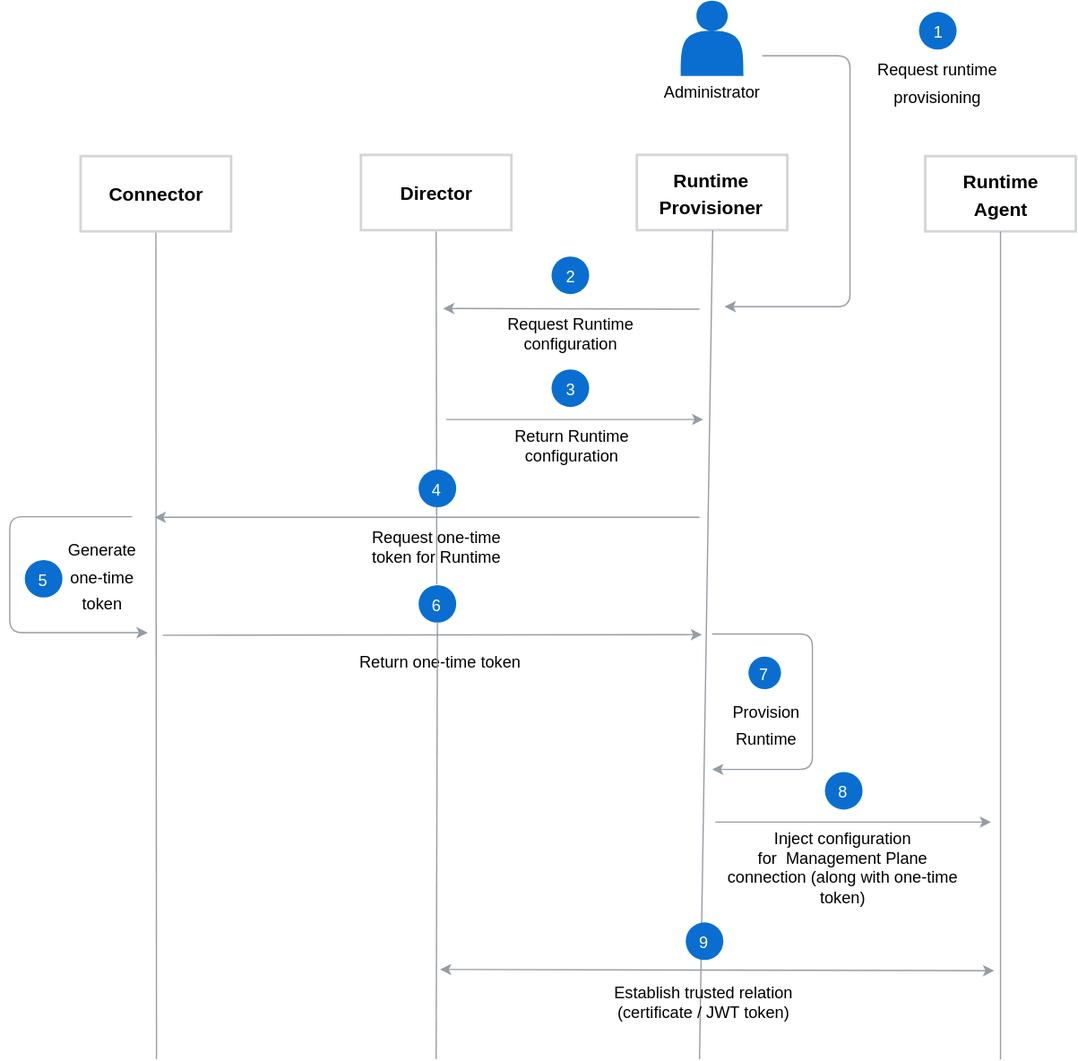
Earlier version of the draw.io export docs/compass/assets/runtime-creation.svg (kyma-incubator/compass). Source tidied: cells renumbered, new cells last; positions are measured from the earlier drawing's top-left corner, leaving out a move shared by most shapes.
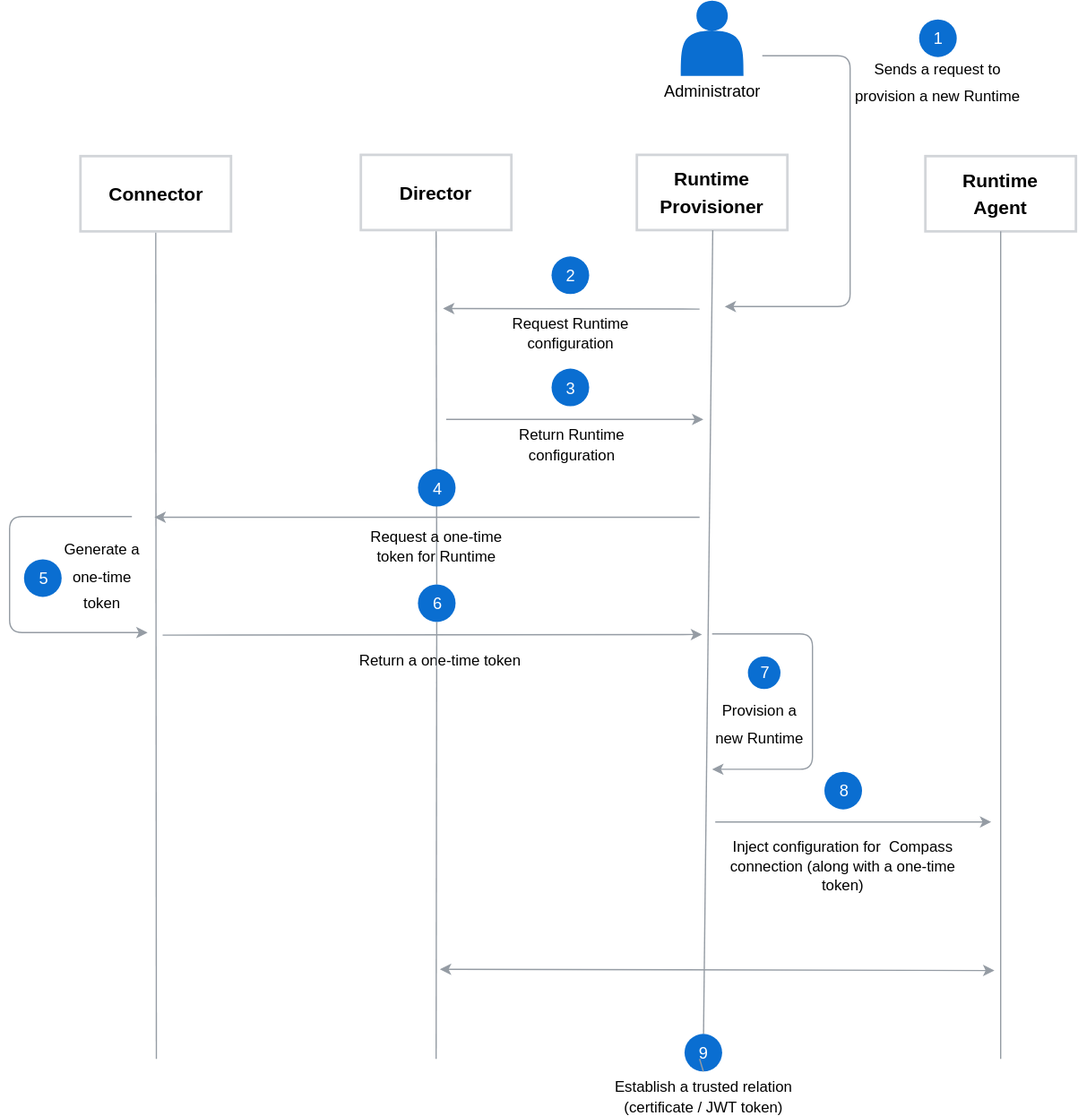
Above is the later version.

The edit, as a diff of the source:
```diff
@@ -22,9 +22,8 @@
         <mxPoint x="340" y="184" as="targetPoint" />
       </mxGeometry>
     </mxCell>
-    <mxCell id="8" style="endArrow=none;html=1;labelBackgroundColor=none;strokeColor=#959CA4;strokeWidth=1;fillColor=#000000;fontFamily=Helvetica;fontSize=18;fontColor=#000000;entryX=0.5;entryY=1;entryDx=0;entryDy=0;" parent="1" edge="1">
+    <mxCell id="8" style="endArrow=none;html=1;labelBackgroundColor=none;strokeColor=#959CA4;strokeWidth=1;fillColor=#000000;fontFamily=Helvetica;fontSize=18;fontColor=#000000;entryX=0.5;entryY=1;entryDx=0;entryDy=0;" parent="1" edge="1" source="27">
       <mxGeometry relative="1" as="geometry">
-        <mxPoint x="550" y="844" as="sourcePoint" />
         <mxPoint x="560.5" y="183" as="targetPoint" />
       </mxGeometry>
     </mxCell>
@@ -44,11 +43,11 @@
         </Array>
       </mxGeometry>
     </mxCell>
-    <mxCell id="11" value="&lt;font style=&quot;font-size: 13px&quot;&gt;Request runtime provisioning&lt;/font&gt;" style="text;html=1;strokeColor=none;fillColor=none;align=center;verticalAlign=middle;whiteSpace=wrap;rounded=0;fontFamily=Helvetica;fontSize=18;fontColor=#000000;" parent="1" vertex="1">
-      <mxGeometry x="680" y="54" width="120" height="20" as="geometry" />
+    <mxCell id="11" value="&lt;font style=&quot;font-size: 12px&quot;&gt;Sends a request to provision a new Runtime&lt;/font&gt;" style="text;html=1;strokeColor=none;fillColor=none;align=center;verticalAlign=middle;whiteSpace=wrap;rounded=0;fontFamily=Helvetica;fontSize=18;fontColor=#000000;" parent="1" vertex="1">
+      <mxGeometry x="670" y="54" width="140" height="20" as="geometry" />
     </mxCell>
     <mxCell id="12" value="&lt;h3 style=&quot;text-align: center&quot;&gt;&lt;font style=&quot;font-weight: normal ; font-size: 13px&quot;&gt;1&lt;/font&gt;&lt;/h3&gt;" style="ellipse;html=1;rounded=0;shadow=0;glass=0;comic=0;labelBackgroundColor=none;strokeColor=none;strokeWidth=1;fillColor=#0A6ED1;gradientColor=none;fontSize=13;fontColor=#FFFFFF;align=center;verticalAlign=middle;horizontal=1;" parent="1" vertex="1">
-      <mxGeometry x="725" y="9" width="30" height="30" as="geometry" />
+      <mxGeometry x="725" y="15" width="30" height="30" as="geometry" />
     </mxCell>
     <mxCell id="13" style="endArrow=classic;html=1;labelBackgroundColor=none;strokeColor=#959CA4;strokeWidth=1;fillColor=#000000;fontFamily=Helvetica;fontSize=18;fontColor=#000000;" parent="1" edge="1">
       <mxGeometry relative="1" as="geometry">
@@ -56,7 +55,7 @@
         <mxPoint x="782.5" y="655" as="targetPoint" />
       </mxGeometry>
     </mxCell>
-    <mxCell id="14" value="Inject configuration for&amp;nbsp;&amp;nbsp;Management Plane connection&amp;nbsp;(along with one-time token)" style="text;html=1;strokeColor=none;fillColor=none;align=center;verticalAlign=middle;whiteSpace=wrap;rounded=0;fontFamily=Helvetica;fontSize=13;fontColor=#000000;" parent="1" vertex="1">
+    <mxCell id="14" value="&lt;font style=&quot;font-size: 12px&quot;&gt;Inject configuration for&amp;nbsp;&amp;nbsp;Compass connection&amp;nbsp;(along with a one-time token)&lt;/font&gt;" style="text;html=1;strokeColor=none;fillColor=none;align=center;verticalAlign=middle;whiteSpace=wrap;rounded=0;fontFamily=Helvetica;fontSize=13;fontColor=#000000;" parent="1" vertex="1">
       <mxGeometry x="567" y="680" width="195" height="20" as="geometry" />
     </mxCell>
     <mxCell id="15" value="&lt;h3 style=&quot;text-align: center&quot;&gt;&lt;font style=&quot;font-weight: normal ; font-size: 13px&quot;&gt;8&lt;/font&gt;&lt;/h3&gt;" style="ellipse;html=1;rounded=0;shadow=0;glass=0;comic=0;labelBackgroundColor=none;strokeColor=none;strokeWidth=1;fillColor=#0A6ED1;gradientColor=none;fontSize=13;fontColor=#FFFFFF;align=center;verticalAlign=middle;horizontal=1;" parent="1" vertex="1">
@@ -72,7 +71,7 @@
         </Array>
       </mxGeometry>
     </mxCell>
-    <mxCell id="17" value="&lt;span style=&quot;font-size: 13px&quot;&gt;Generate one-time token&lt;/span&gt;" style="text;html=1;strokeColor=none;fillColor=none;align=center;verticalAlign=middle;whiteSpace=wrap;rounded=0;fontFamily=Helvetica;fontSize=18;fontColor=#000000;" parent="1" vertex="1">
+    <mxCell id="17" value="&lt;font style=&quot;font-size: 12px&quot;&gt;Generate a one-time token&lt;/font&gt;" style="text;html=1;strokeColor=none;fillColor=none;align=center;verticalAlign=middle;whiteSpace=wrap;rounded=0;fontFamily=Helvetica;fontSize=18;fontColor=#000000;" parent="1" vertex="1">
       <mxGeometry x="38" y="414" width="72" height="87" as="geometry" />
     </mxCell>
     <mxCell id="18" value="&lt;h3 style=&quot;text-align: center&quot;&gt;&lt;font style=&quot;font-weight: normal ; font-size: 13px&quot;&gt;5&lt;/font&gt;&lt;/h3&gt;" style="ellipse;html=1;rounded=0;shadow=0;glass=0;comic=0;labelBackgroundColor=none;strokeColor=none;strokeWidth=1;fillColor=#0A6ED1;gradientColor=none;fontSize=13;fontColor=#FFFFFF;align=center;verticalAlign=middle;horizontal=1;" parent="1" vertex="1">
@@ -84,7 +83,7 @@
         <mxPoint x="553" y="334" as="targetPoint" />
       </mxGeometry>
     </mxCell>
-    <mxCell id="20" value="Return Runtime configuration&lt;br&gt;" style="text;html=1;strokeColor=none;fillColor=none;align=center;verticalAlign=middle;whiteSpace=wrap;rounded=0;fontFamily=Helvetica;fontSize=13;fontColor=#000000;" parent="1" vertex="1">
+    <mxCell id="20" value="&lt;font style=&quot;font-size: 12px&quot;&gt;Return Runtime configuration&lt;/font&gt;" style="text;html=1;strokeColor=none;fillColor=none;align=center;verticalAlign=middle;whiteSpace=wrap;rounded=0;fontFamily=Helvetica;fontSize=13;fontColor=#000000;" parent="1" vertex="1">
       <mxGeometry x="376" y="343.5" width="145" height="20" as="geometry" />
     </mxCell>
     <mxCell id="21" value="&lt;h3 style=&quot;text-align: center&quot;&gt;&lt;font style=&quot;font-weight: normal ; font-size: 13px&quot;&gt;3&lt;/font&gt;&lt;/h3&gt;" style="ellipse;html=1;rounded=0;shadow=0;glass=0;comic=0;labelBackgroundColor=none;strokeColor=none;strokeWidth=1;fillColor=#0A6ED1;gradientColor=none;fontSize=13;fontColor=#FFFFFF;align=center;verticalAlign=middle;horizontal=1;" parent="1" vertex="1">
@@ -100,8 +99,8 @@
         </Array>
       </mxGeometry>
     </mxCell>
-    <mxCell id="23" value="&lt;span style=&quot;font-size: 13px&quot;&gt;Provision Runtime&lt;/span&gt;&lt;br&gt;" style="text;html=1;strokeColor=none;fillColor=none;align=center;verticalAlign=middle;whiteSpace=wrap;rounded=0;fontFamily=Helvetica;fontSize=18;fontColor=#000000;" parent="1" vertex="1">
-      <mxGeometry x="570.5" y="536" width="65" height="80" as="geometry" />
+    <mxCell id="23" value="&lt;font style=&quot;font-size: 12px&quot;&gt;Provision a new Runtime&lt;/font&gt;" style="text;html=1;strokeColor=none;fillColor=none;align=center;verticalAlign=middle;whiteSpace=wrap;rounded=0;fontFamily=Helvetica;fontSize=18;fontColor=#000000;" parent="1" vertex="1">
+      <mxGeometry x="560" y="536" width="75.5" height="80" as="geometry" />
     </mxCell>
     <mxCell id="24" value="&lt;h3 style=&quot;text-align: center&quot;&gt;&lt;font style=&quot;font-weight: normal ; font-size: 13px&quot;&gt;7&lt;/font&gt;&lt;/h3&gt;" style="ellipse;html=1;rounded=0;shadow=0;glass=0;comic=0;labelBackgroundColor=none;strokeColor=none;strokeWidth=1;fillColor=#0A6ED1;gradientColor=none;fontSize=13;fontColor=#FFFFFF;align=center;verticalAlign=middle;horizontal=1;" parent="1" vertex="1">
       <mxGeometry x="588.5" y="523" width="26" height="26" as="geometry" />
@@ -112,19 +111,16 @@
         <mxPoint x="785" y="773.5" as="targetPoint" />
       </mxGeometry>
     </mxCell>
-    <mxCell id="26" value="Establish trusted relation (certificate / JWT token)" style="text;html=1;strokeColor=none;fillColor=none;align=center;verticalAlign=middle;whiteSpace=wrap;rounded=0;fontFamily=Helvetica;fontSize=13;fontColor=#000000;" parent="1" vertex="1">
-      <mxGeometry x="455.5" y="787.5" width="195" height="20" as="geometry" />
+    <mxCell id="26" value="&lt;font style=&quot;font-size: 12px&quot;&gt;Establish a trusted relation (certificate / JWT token)&lt;/font&gt;" style="text;html=1;strokeColor=none;fillColor=none;align=center;verticalAlign=middle;whiteSpace=wrap;rounded=0;fontFamily=Helvetica;fontSize=13;fontColor=#000000;" parent="1" vertex="1">
+      <mxGeometry x="455.5" y="864" width="195" height="20" as="geometry" />
     </mxCell>
-    <mxCell id="27" value="&lt;h3 style=&quot;text-align: center&quot;&gt;&lt;font style=&quot;font-weight: normal ; font-size: 13px&quot;&gt;9&lt;/font&gt;&lt;/h3&gt;" style="ellipse;html=1;rounded=0;shadow=0;glass=0;comic=0;labelBackgroundColor=none;strokeColor=none;strokeWidth=1;fillColor=#0A6ED1;gradientColor=none;fontSize=13;fontColor=#FFFFFF;align=center;verticalAlign=middle;horizontal=1;" parent="1" vertex="1">
-      <mxGeometry x="538.5" y="735" width="30" height="30" as="geometry" />
-    </mxCell>
     <mxCell id="28" style="endArrow=classic;html=1;labelBackgroundColor=none;strokeColor=#959CA4;strokeWidth=1;fillColor=#000000;fontFamily=Helvetica;fontSize=18;fontColor=#000000;" parent="1" edge="1">
       <mxGeometry relative="1" as="geometry">
         <mxPoint x="550" y="246" as="sourcePoint" />
         <mxPoint x="345.5" y="245.5" as="targetPoint" />
       </mxGeometry>
     </mxCell>
-    <mxCell id="29" value="Request Runtime configuration" style="text;html=1;strokeColor=none;fillColor=none;align=center;verticalAlign=middle;whiteSpace=wrap;rounded=0;fontFamily=Helvetica;fontSize=13;fontColor=#000000;" parent="1" vertex="1">
+    <mxCell id="29" value="&lt;font style=&quot;font-size: 12px&quot;&gt;Request Runtime configuration&lt;/font&gt;" style="text;html=1;strokeColor=none;fillColor=none;align=center;verticalAlign=middle;whiteSpace=wrap;rounded=0;fontFamily=Helvetica;fontSize=13;fontColor=#000000;" parent="1" vertex="1">
       <mxGeometry x="386.5" y="255" width="121" height="20" as="geometry" />
     </mxCell>
     <mxCell id="30" value="&lt;h3 style=&quot;text-align: center&quot;&gt;&lt;font style=&quot;font-weight: normal ; font-size: 13px&quot;&gt;2&lt;/font&gt;&lt;/h3&gt;" style="ellipse;html=1;rounded=0;shadow=0;glass=0;comic=0;labelBackgroundColor=none;strokeColor=none;strokeWidth=1;fillColor=#0A6ED1;gradientColor=none;fontSize=13;fontColor=#FFFFFF;align=center;verticalAlign=middle;horizontal=1;" parent="1" vertex="1">
@@ -145,7 +141,7 @@
         <mxPoint x="552" y="505.5" as="targetPoint" />
       </mxGeometry>
     </mxCell>
-    <mxCell id="34" value="Return one-time token" style="text;html=1;strokeColor=none;fillColor=none;align=center;verticalAlign=middle;whiteSpace=wrap;rounded=0;fontFamily=Helvetica;fontSize=13;fontColor=#000000;" parent="1" vertex="1">
+    <mxCell id="34" value="&lt;font style=&quot;font-size: 12px&quot;&gt;Return a one-time token&lt;/font&gt;" style="text;html=1;strokeColor=none;fillColor=none;align=center;verticalAlign=middle;whiteSpace=wrap;rounded=0;fontFamily=Helvetica;fontSize=13;fontColor=#000000;" parent="1" vertex="1">
       <mxGeometry x="270.5" y="516" width="145" height="20" as="geometry" />
     </mxCell>
     <mxCell id="35" style="endArrow=classic;html=1;labelBackgroundColor=none;strokeColor=#959CA4;strokeWidth=1;fillColor=#000000;fontFamily=Helvetica;fontSize=18;fontColor=#000000;" parent="1" edge="1">
@@ -154,7 +150,7 @@
         <mxPoint x="115.5" y="412" as="targetPoint" />
       </mxGeometry>
     </mxCell>
-    <mxCell id="36" value="Request one-time token for Runtime" style="text;html=1;strokeColor=none;fillColor=none;align=center;verticalAlign=middle;whiteSpace=wrap;rounded=0;fontFamily=Helvetica;fontSize=13;fontColor=#000000;" parent="1" vertex="1">
+    <mxCell id="36" value="&lt;font style=&quot;font-size: 12px&quot;&gt;Request a one-time token for Runtime&lt;/font&gt;" style="text;html=1;strokeColor=none;fillColor=none;align=center;verticalAlign=middle;whiteSpace=wrap;rounded=0;fontFamily=Helvetica;fontSize=13;fontColor=#000000;" parent="1" vertex="1">
       <mxGeometry x="280" y="424.5" width="121" height="20" as="geometry" />
     </mxCell>
     <mxCell id="37" value="&lt;h3 style=&quot;text-align: center&quot;&gt;&lt;font style=&quot;font-weight: normal ; font-size: 13px&quot;&gt;4&lt;/font&gt;&lt;/h3&gt;" style="ellipse;html=1;rounded=0;shadow=0;glass=0;comic=0;labelBackgroundColor=none;strokeColor=none;strokeWidth=1;fillColor=#0A6ED1;gradientColor=none;fontSize=13;fontColor=#FFFFFF;align=center;verticalAlign=middle;horizontal=1;" parent="1" vertex="1">
@@ -168,5 +164,13 @@
         <mxPoint x="340" y="844" as="sourcePoint" />
       </mxGeometry>
     </mxCell>
+    <mxCell id="27" value="&lt;h3 style=&quot;text-align: center&quot;&gt;&lt;font style=&quot;font-weight: normal ; font-size: 13px&quot;&gt;9&lt;/font&gt;&lt;/h3&gt;" style="ellipse;html=1;rounded=0;shadow=0;glass=0;comic=0;labelBackgroundColor=none;strokeColor=none;strokeWidth=1;fillColor=#0A6ED1;gradientColor=none;fontSize=13;fontColor=#FFFFFF;align=center;verticalAlign=middle;horizontal=1;" parent="1" vertex="1">
+      <mxGeometry x="538" y="824" width="30" height="30" as="geometry" />
+    </mxCell>
+    <mxCell id="40" style="endArrow=none;html=1;labelBackgroundColor=none;strokeColor=#959CA4;strokeWidth=1;fillColor=#000000;fontFamily=Helvetica;fontSize=18;fontColor=#000000;entryX=0.5;entryY=1;entryDx=0;entryDy=0;" parent="1" edge="1" target="27">
+      <mxGeometry relative="1" as="geometry">
+        <mxPoint x="550" y="844" as="sourcePoint" />
+      </mxGeometry>
+    </mxCell>
   </root>
 </mxGraphModel>
```
